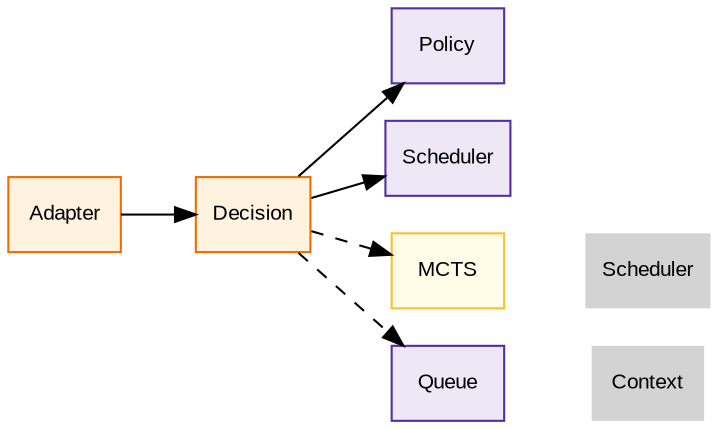
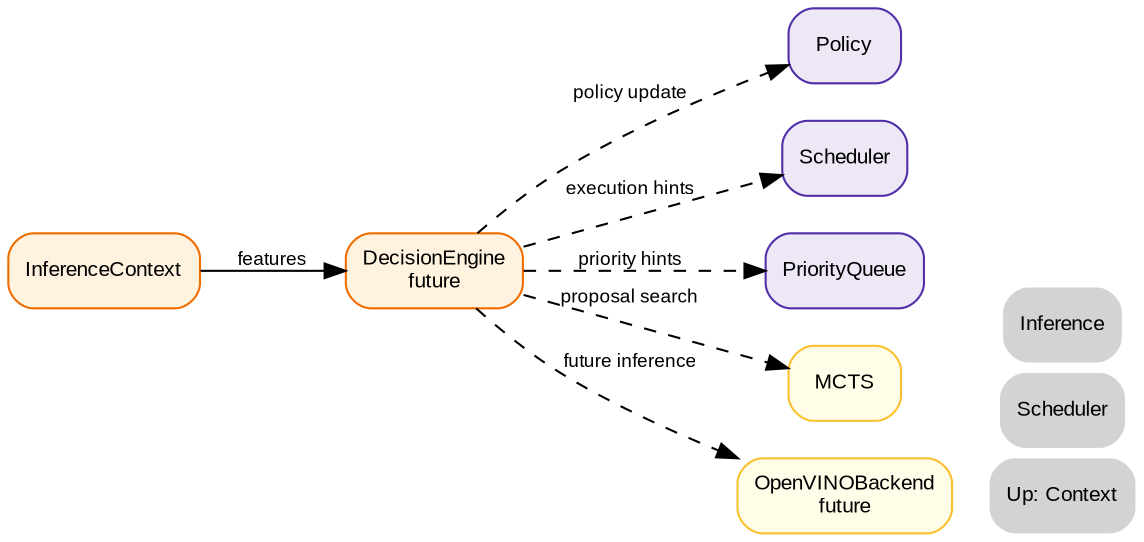
digraph DecisionEngine {
+     // ROADMAP_ID: context.decision_engine
+     // ROADMAP_PARENT: context/20_context.dot
+     // ROADMAP_NOTE[phase2_4c]:
+     // DecisionEngine est encore futur. Les liens transversaux pointent vers les
+     // pages roadmap existantes : Scheduler, PriorityQueue, Learning et Inference.
+ 
    rankdir=LR;
-     node [shape=box, style=filled, fontname="Arial", fontsize=10];
+     node [shape=box, style="rounded,filled", fontname="Arial", fontsize=10];
+     edge [fontname="Arial", fontsize=9];

-     Adapter [fillcolor="#fff3e0", color="#ef6c00", URL="../20_context.svg"];
-     Decision [fillcolor="#fff3e0", color="#ef6c00", URL="../20_context.svg"];
-     Policy [fillcolor="#ede7f6", color="#512da8", URL="../../scheduler/10_scheduler.svg"];
-     Scheduler [fillcolor="#ede7f6", color="#512da8", URL="../../scheduler/10_scheduler.svg"];
-     MCTS [fillcolor="#fffde7", color="#fbc02d", URL="../../learning/60_learning.svg"];
-     Queue [fillcolor="#ede7f6", color="#512da8", URL="../../scheduler/priority_queue/13_priority_queue.svg"];
+     InferenceContext [fillcolor="#fff3e0", color="#ef6c00", URL="23_snapshot.svg"];
+     Decision [label="DecisionEngine\nfuture", fillcolor="#fff3e0", color="#ef6c00", URL="20_context.svg"];
+     Policy [fillcolor="#ede7f6", color="#512da8", URL="../scheduler/10_scheduler.svg"];
+     Scheduler [fillcolor="#ede7f6", color="#512da8", URL="../scheduler/10_scheduler.svg"];
+     Queue [label="PriorityQueue", fillcolor="#ede7f6", color="#512da8", URL="../scheduler/priority_queue/13_priority_queue.svg"];
+     MCTS [fillcolor="#fffde7", color="#fbc02d", URL="../learning/60_learning.svg"];
+     OpenVINO [label="OpenVINOBackend\nfuture", fillcolor="#fffde7", color="#fbc02d", URL="../inference/40_inference.svg"];

-     // Edges
-     Adapter -> Decision;            // Contexte interprété
-     Decision -> Policy;             // Mise à jour Policy
-     Decision -> Scheduler;          // Action directe
-     Decision -> Queue [style=dashed]; // Injection dans file
-     Decision -> MCTS [style=dashed]; // Lancement MCTS
+     InferenceContext -> Decision [label="features"];
+     Decision -> Policy [label="policy update", style=dashed];
+     Decision -> Scheduler [label="execution hints", style=dashed];
+     Decision -> Queue [label="priority hints", style=dashed];
+     Decision -> MCTS [label="proposal search", style=dashed];
+     Decision -> OpenVINO [label="future inference", style=dashed];

-     // Navigation
-     Nav_Context [label="Context", shape=plaintext, URL="../20_context.svg"];
-     Nav_Scheduler [label="Scheduler", shape=plaintext, URL="../../scheduler/10_scheduler.svg"];
-     { rank=sink; Nav_Context; Nav_Scheduler; }
+     Nav_Context [label="Up: Context", shape=plaintext, URL="20_context.svg"];
+     Nav_Scheduler [label="Scheduler", shape=plaintext, URL="../scheduler/10_scheduler.svg"];
+     Nav_Inference [label="Inference", shape=plaintext, URL="../inference/40_inference.svg"];
+ 
+     { rank=sink; Nav_Context; Nav_Scheduler; Nav_Inference; }
}
